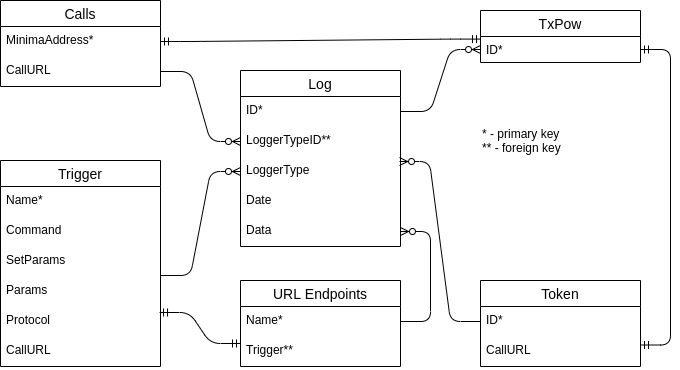
Earlier version of the draw.io export docs/images/dbase.png (minima-global/emh). Source tidied: cells renumbered, new cells last; positions are measured from the earlier drawing's top-left corner, leaving out a move shared by most shapes.
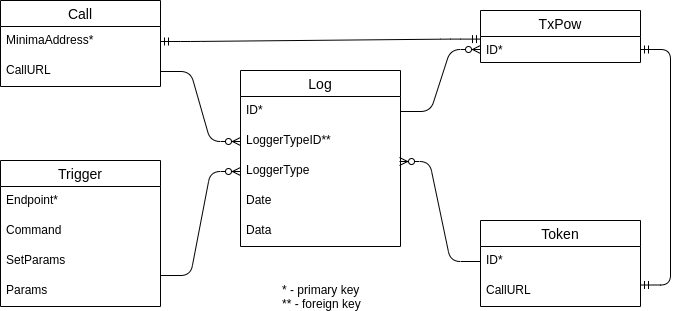
Later version of the same file.

Diff of the diagram source:
```diff
@@ -21,9 +21,9 @@
       <mxGeometry y="146" width="160" height="30" as="geometry" />
     </mxCell>
     <mxCell id="8" value="Trigger" style="swimlane;fontStyle=0;horizontal=1;startSize=26;align=center;fontSize=14;" parent="1" vertex="1">
-      <mxGeometry y="160" width="160" height="206" as="geometry" />
+      <mxGeometry y="160" width="160" height="146" as="geometry" />
     </mxCell>
-    <mxCell id="9" value="Name* " style="text;strokeColor=none;fillColor=none;spacingLeft=4;spacingRight=4;overflow=hidden;fontSize=12;" parent="8" vertex="1">
+    <mxCell id="9" value="Endpoint*" style="text;strokeColor=none;fillColor=none;spacingLeft=4;spacingRight=4;overflow=hidden;fontSize=12;" parent="8" vertex="1">
       <mxGeometry y="26" width="160" height="30" as="geometry" />
     </mxCell>
     <mxCell id="10" value="Command" style="text;strokeColor=none;fillColor=none;spacingLeft=4;spacingRight=4;overflow=hidden;fontSize=12;" parent="8" vertex="1">
@@ -35,13 +35,7 @@
     <mxCell id="12" value="Params" style="text;strokeColor=none;fillColor=none;spacingLeft=4;spacingRight=4;overflow=hidden;points=[[0,0.5],[1,0.5]];portConstraint=eastwest;fontSize=12;" parent="8" vertex="1">
       <mxGeometry y="116" width="160" height="30" as="geometry" />
     </mxCell>
-    <mxCell id="13" value="Protocol" style="text;strokeColor=none;fillColor=none;spacingLeft=4;spacingRight=4;overflow=hidden;points=[[0,0.5],[1,0.5]];portConstraint=eastwest;fontSize=12;" parent="8" vertex="1">
-      <mxGeometry y="146" width="160" height="30" as="geometry" />
-    </mxCell>
-    <mxCell id="14" value="CallURL" style="text;strokeColor=none;fillColor=none;spacingLeft=4;spacingRight=4;overflow=hidden;fontSize=12;" parent="8" vertex="1">
-      <mxGeometry y="176" width="160" height="30" as="geometry" />
-    </mxCell>
-    <mxCell id="15" value="Calls" style="swimlane;fontStyle=0;horizontal=1;startSize=26;align=center;fontSize=14;" parent="1" vertex="1">
+    <mxCell id="15" value="Call" style="swimlane;fontStyle=0;horizontal=1;startSize=26;align=center;fontSize=14;" parent="1" vertex="1">
       <mxGeometry width="160" height="86" as="geometry" />
     </mxCell>
     <mxCell id="16" value="MinimaAddress*" style="text;strokeColor=none;fillColor=none;spacingLeft=4;spacingRight=4;overflow=hidden;points=[[0,0.5],[1,0.5]];portConstraint=eastwest;fontSize=12;" parent="15" vertex="1">
@@ -56,7 +50,7 @@
       </mxGeometry>
     </mxCell>
     <mxCell id="19" value="* - primary key&lt;br&gt;** - foreign key" style="text;html=1;strokeColor=none;fillColor=none;align=left;verticalAlign=middle;whiteSpace=wrap;rounded=0;" parent="1" vertex="1">
-      <mxGeometry x="480" y="130" width="110" height="20" as="geometry" />
+      <mxGeometry x="280" y="286" width="110" height="20" as="geometry" />
     </mxCell>
     <mxCell id="20" value="TxPow" style="swimlane;fontStyle=0;horizontal=1;startSize=26;align=center;fontSize=14;" parent="1" vertex="1">
       <mxGeometry x="480" y="10" width="160" height="52" as="geometry" />
@@ -70,26 +64,11 @@
     <mxCell id="23" style="edgeStyle=entityRelationEdgeStyle;fontSize=12;html=1;endArrow=ERzeroToMany;endFill=1;entryX=0;entryY=0.5;entryDx=0;entryDy=0;exitX=1;exitY=0.5;exitDx=0;exitDy=0;" parent="1" edge="1" source="3" target="21">
       <mxGeometry relative="1" as="geometry" />
     </mxCell>
-    <mxCell id="24" value="URL Endpoints" style="swimlane;fontStyle=0;horizontal=1;startSize=26;align=center;fontSize=14;" parent="1" vertex="1">
-      <mxGeometry x="240" y="280" width="160" height="86" as="geometry" />
-    </mxCell>
-    <mxCell id="25" value="Name* " style="text;strokeColor=none;fillColor=none;spacingLeft=4;spacingRight=4;overflow=hidden;points=[[0,0.5],[1,0.5]];portConstraint=eastwest;fontSize=12;" parent="24" vertex="1">
-      <mxGeometry y="26" width="160" height="30" as="geometry" />
-    </mxCell>
-    <mxCell id="26" value="Trigger**" style="text;strokeColor=none;fillColor=none;spacingLeft=4;spacingRight=4;overflow=hidden;points=[[0,0.5],[1,0.5]];portConstraint=eastwest;fontSize=12;" parent="24" vertex="1">
-      <mxGeometry y="56" width="160" height="30" as="geometry" />
-    </mxCell>
-    <mxCell id="27" style="edgeStyle=entityRelationEdgeStyle;fontSize=12;html=1;endArrow=ERzeroToMany;endFill=1;entryX=1;entryY=0.5;entryDx=0;entryDy=0;exitX=1;exitY=0.5;exitDx=0;exitDy=0;" parent="1" edge="1" source="25" target="7">
-      <mxGeometry relative="1" as="geometry" />
-    </mxCell>
     <mxCell id="28" style="edgeStyle=entityRelationEdgeStyle;fontSize=12;html=1;endArrow=ERzeroToMany;endFill=1;exitX=1;exitY=-0.033;exitDx=0;exitDy=0;exitPerimeter=0;entryX=0;entryY=0.5;entryDx=0;entryDy=0;" parent="1" edge="1" source="12" target="5">
       <mxGeometry relative="1" as="geometry" />
     </mxCell>
-    <mxCell id="29" style="edgeStyle=entityRelationEdgeStyle;fontSize=12;html=1;endArrow=ERmandOne;startArrow=ERmandOne;exitX=0;exitY=0.233;exitDx=0;exitDy=0;entryX=0.994;entryY=0.2;entryDx=0;entryDy=0;entryPerimeter=0;exitPerimeter=0;" parent="1" edge="1" source="26" target="13">
-      <mxGeometry relative="1" as="geometry" />
-    </mxCell>
     <mxCell id="30" value="Token" style="swimlane;fontStyle=0;horizontal=1;startSize=26;align=center;fontSize=14;" parent="1" vertex="1">
-      <mxGeometry x="480" y="280" width="160" height="86" as="geometry" />
+      <mxGeometry x="480" y="220" width="160" height="86" as="geometry" />
     </mxCell>
     <mxCell id="31" value="ID*" style="text;strokeColor=none;fillColor=none;spacingLeft=4;spacingRight=4;overflow=hidden;points=[[0,0.5],[1,0.5]];portConstraint=eastwest;fontSize=12;" parent="30" vertex="1">
       <mxGeometry y="26" width="160" height="30" as="geometry" />
```
